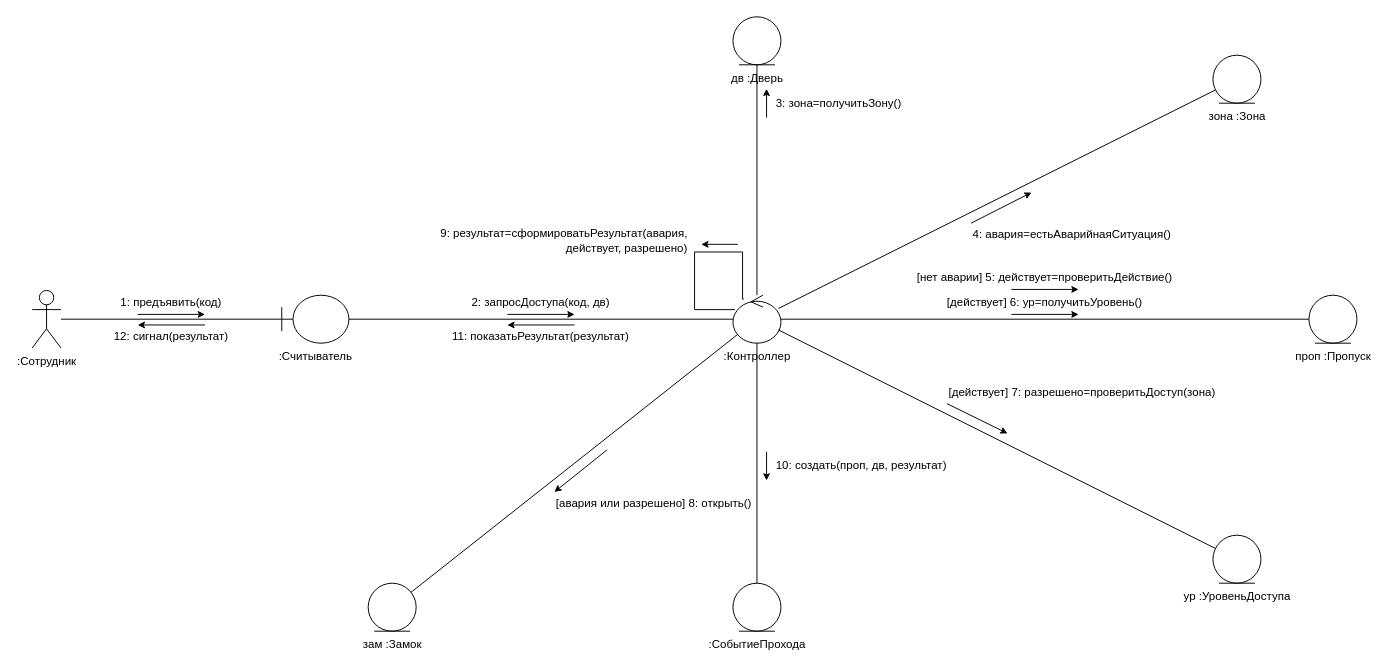
Above: page "ЛР1 — Анализ (проход сотрудника)" (3 of 10) of СКУД.drawio in Rem1yo/ooap-skud-uml (draw.io), before the change. Source tidied: cells renumbered, new cells numbered last; positions are measured from the earlier drawing's top-left corner, leaving out a move shared by most shapes. Both pictures are drawn from the tidied source at 96%, with x=0, y=0 at pixel (32, 16).
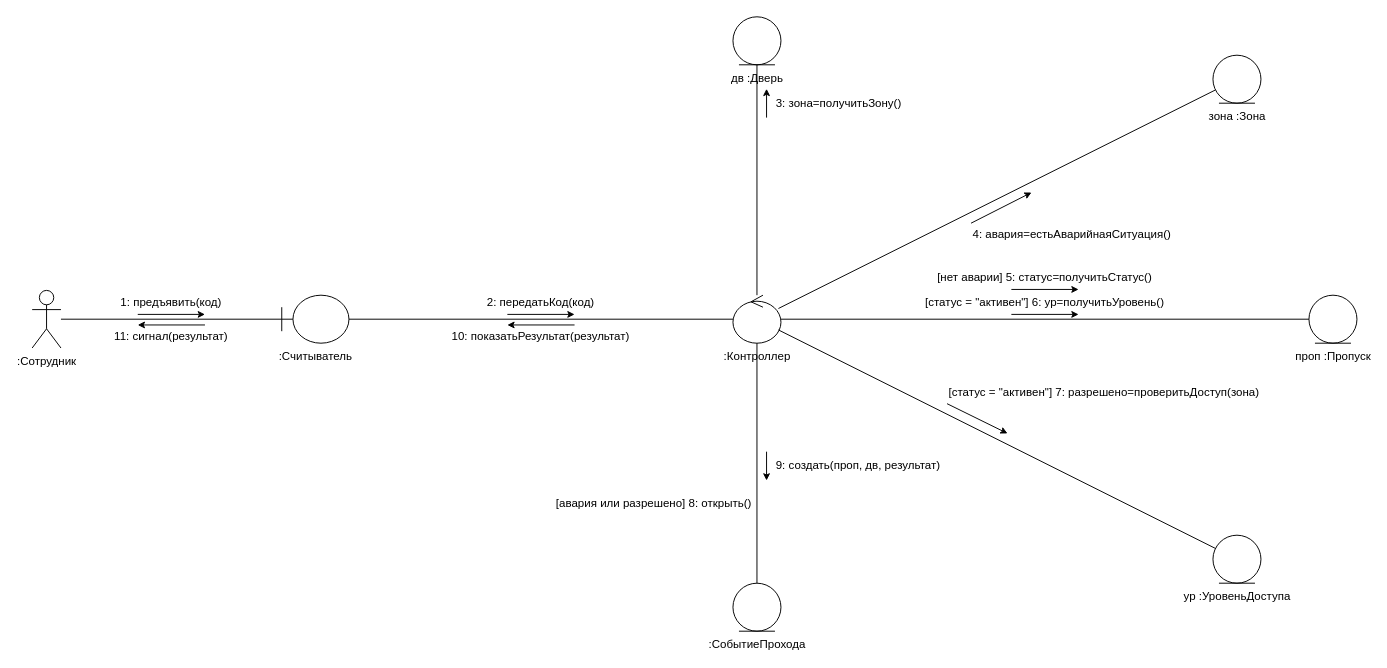
Above is the later version.

Unchanged cells that the change refers to:
```xml
<mxCell id="4" value=":Контроллер" style="ellipse;shape=umlControl;verticalLabelPosition=bottom;verticalAlign=top;html=1;fillColor=#ffffff;strokeColor=#000000;fontColor=#000000;" parent="1" vertex="1">
  <mxGeometry x="730" y="290" width="50" height="50" as="geometry" />
</mxCell>
```

Diff of the diagram source:
```diff
@@
-    <mxCell id="10" value="зам :Замок" style="ellipse;shape=umlEntity;verticalLabelPosition=bottom;verticalAlign=top;html=1;fillColor=#ffffff;strokeColor=#000000;fontColor=#000000;" parent="1" vertex="1">
-      <mxGeometry x="350" y="590" width="50" height="50" as="geometry" />
-    </mxCell>
@@
-    <mxCell id="18" style="endArrow=none;html=1;rounded=0;strokeColor=#000000;" parent="1" edge="1" source="4" target="10">
-      <mxGeometry relative="1" as="geometry" />
-    </mxCell>
@@
-    <mxCell id="22" value="12: сигнал(результат)" style="text;html=1;whiteSpace=wrap;align=center;verticalAlign=middle;fontSize=12;fontColor=#000000;" parent="1" vertex="1">
+    <mxCell id="22" value="11: сигнал(результат)" style="text;html=1;whiteSpace=wrap;align=center;verticalAlign=middle;fontSize=12;fontColor=#000000;" parent="1" vertex="1">
       <mxGeometry x="35" y="324" width="220" height="18" as="geometry" />
     </mxCell>
@@
-    <mxCell id="24" value="2: запросДоступа(код, дв)" style="text;html=1;whiteSpace=wrap;align=center;verticalAlign=middle;fontSize=12;fontColor=#000000;" parent="1" vertex="1">
+    <mxCell id="24" value="2: передатьКод(код)" style="text;html=1;whiteSpace=wrap;align=center;verticalAlign=middle;fontSize=12;fontColor=#000000;" parent="1" vertex="1">
       <mxGeometry x="335" y="289" width="390" height="18" as="geometry" />
     </mxCell>
@@
-    <mxCell id="26" value="11: показатьРезультат(результат)" style="text;html=1;whiteSpace=wrap;align=center;verticalAlign=middle;fontSize=12;fontColor=#000000;" parent="1" vertex="1">
+    <mxCell id="26" value="10: показатьРезультат(результат)" style="text;html=1;whiteSpace=wrap;align=center;verticalAlign=middle;fontSize=12;fontColor=#000000;" parent="1" vertex="1">
       <mxGeometry x="335" y="324" width="390" height="18" as="geometry" />
     </mxCell>
@@
-    <mxCell id="32" value="[действует] 6: ур=получитьУровень()" style="text;html=1;whiteSpace=wrap;align=center;verticalAlign=middle;fontSize=12;fontColor=#000000;" parent="1" vertex="1">
+    <mxCell id="32" value="[статус = &quot;активен&quot;] 6: ур=получитьУровень()" style="text;html=1;whiteSpace=wrap;align=center;verticalAlign=middle;fontSize=12;fontColor=#000000;" parent="1" vertex="1">
       <mxGeometry x="785" y="289" width="540" height="18" as="geometry" />
     </mxCell>
@@
-    <mxCell id="34" value="[нет аварии] 5: действует=проверитьДействие()" style="text;html=1;whiteSpace=wrap;align=center;verticalAlign=middle;fontSize=12;fontColor=#000000;" parent="1" vertex="1">
+    <mxCell id="34" value="[нет аварии] 5: статус=получитьСтатус()" style="text;html=1;whiteSpace=wrap;align=center;verticalAlign=middle;fontSize=12;fontColor=#000000;" parent="1" vertex="1">
       <mxGeometry x="785" y="263" width="540" height="18" as="geometry" />
     </mxCell>
@@
-    <mxCell id="36" value="[действует] 7: разрешено=проверитьДоступ(зона)" style="text;html=1;whiteSpace=wrap;align=left;verticalAlign=middle;fontSize=12;fontColor=#000000;" parent="1" vertex="1">
+    <mxCell id="36" value="[статус = &quot;активен&quot;] 7: разрешено=проверитьДоступ(зона)" style="text;html=1;whiteSpace=wrap;align=left;verticalAlign=middle;fontSize=12;fontColor=#000000;" parent="1" vertex="1">
       <mxGeometry x="953" y="382" width="380" height="18" as="geometry" />
     </mxCell>
@@
-    <mxCell id="38" value="10: создать(проп, дв, результат)" style="text;html=1;whiteSpace=wrap;align=left;verticalAlign=middle;fontSize=12;fontColor=#000000;" parent="1" vertex="1">
+    <mxCell id="38" value="9: создать(проп, дв, результат)" style="text;html=1;whiteSpace=wrap;align=left;verticalAlign=middle;fontSize=12;fontColor=#000000;" parent="1" vertex="1">
       <mxGeometry x="773" y="459" width="330" height="18" as="geometry" />
     </mxCell>
-    <mxCell id="39" style="endArrow=classic;html=1;rounded=0;strokeColor=#000000;endSize=5;" parent="1" edge="1">
-      <mxGeometry relative="1" as="geometry">
-        <mxPoint x="599" y="451" as="sourcePoint" />
-        <mxPoint x="544" y="495" as="targetPoint" />
-      </mxGeometry>
-    </mxCell>
@@
-    <mxCell id="41" style="endArrow=none;html=1;rounded=0;strokeColor=#000000;edgeStyle=orthogonalEdgeStyle;exitX=0.2;exitY=0.04;exitDx=0;exitDy=0;entryX=0.04;entryY=0.3;entryDx=0;entryDy=0;" parent="1" edge="1" source="4" target="4">
-      <mxGeometry relative="1" as="geometry">
-        <Array as="points">
-          <mxPoint x="740" y="245" />
-          <mxPoint x="690" y="245" />
-          <mxPoint x="690" y="305" />
-        </Array>
-      </mxGeometry>
-    </mxCell>
-    <mxCell id="42" style="endArrow=classic;html=1;rounded=0;strokeColor=#000000;endSize=5;" parent="1" edge="1">
-      <mxGeometry relative="1" as="geometry">
-        <mxPoint x="735" y="237" as="sourcePoint" />
-        <mxPoint x="697" y="237" as="targetPoint" />
-      </mxGeometry>
-    </mxCell>
-    <mxCell id="43" value="9: результат=сформироватьРезультат(авария, действует, разрешено)" style="text;html=1;whiteSpace=wrap;align=right;verticalAlign=middle;fontSize=12;fontColor=#000000;" parent="1" vertex="1">
-      <mxGeometry x="385" y="215" width="300" height="36" as="geometry" />
-    </mxCell>
```
